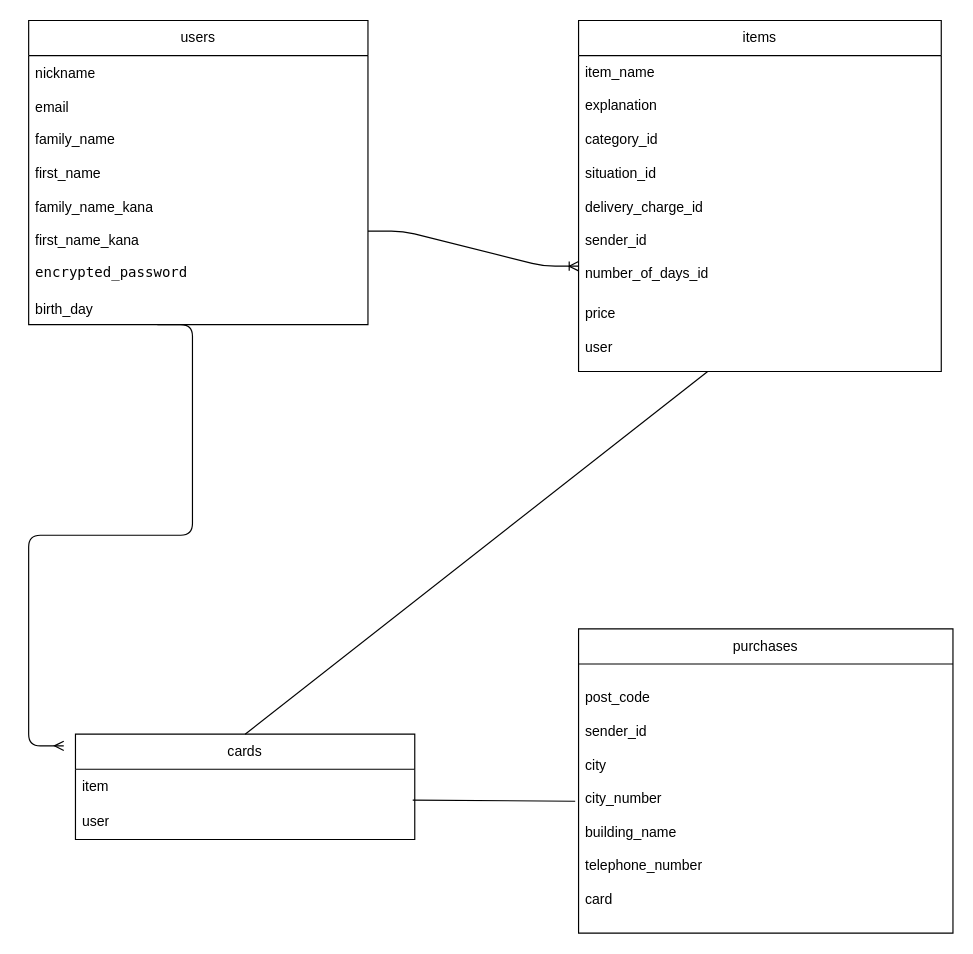
Before: .dio in yuta10200831/furima-38941, a draw.io diagram. Source tidied: cells renumbered, new cells numbered last; positions are measured from the earlier drawing's top-left corner, leaving out a move shared by most shapes. Both pictures are drawn from the tidied source at 117%, with x=0, y=0 at pixel (28, 20).
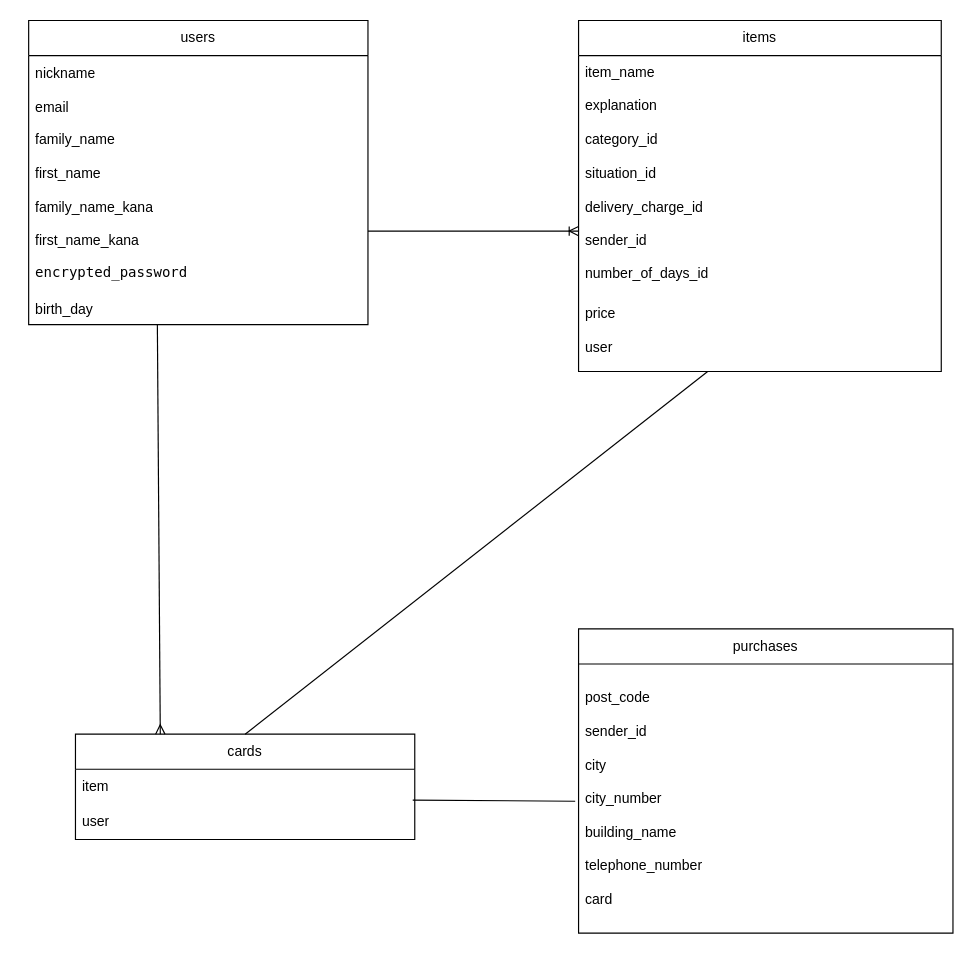
The same page after the edit.

The change refers to these unchanged cells:
```xml
<mxCell id="5" value="family_name&lt;br&gt;&lt;br&gt;first_name&lt;br&gt;&lt;br&gt;family_name_kana&lt;br&gt;&lt;br&gt;first_name_kana" style="text;strokeColor=none;fillColor=none;align=left;verticalAlign=middle;spacingLeft=4;spacingRight=4;overflow=hidden;points=[[0,0.5],[1,0.5]];portConstraint=eastwest;whiteSpace=wrap;html=1;" parent="3" vertex="1">
  <mxGeometry y="90" width="290" height="110" as="geometry" />
</mxCell>
<mxCell id="9" value="explanation&lt;br&gt;&lt;br&gt;category_id&lt;br&gt;&lt;br&gt;situation_id&lt;br&gt;&lt;br&gt;delivery_charge_id&lt;br&gt;&lt;br&gt;sender_id&lt;br&gt;&lt;br&gt;number_of_days_id" style="text;strokeColor=none;fillColor=none;align=left;verticalAlign=middle;spacingLeft=4;spacingRight=4;overflow=hidden;points=[[0,0.5],[1,0.5]];portConstraint=eastwest;whiteSpace=wrap;html=1;" parent="7" vertex="1">
  <mxGeometry y="60" width="310" height="170" as="geometry" />
</mxCell>
<mxCell id="13" value="cards" style="swimlane;fontStyle=0;horizontal=1;startSize=30;whiteSpace=wrap;html=1;" parent="1" vertex="1">
  <mxGeometry x="40" y="610" width="290" height="90" as="geometry" />
</mxCell>
```

The edit, as a diff of the source:
```diff
@@
-    <mxCell id="2" style="edgeStyle=entityRelationEdgeStyle;fontSize=12;html=1;endArrow=ERoneToMany;exitX=1;exitY=0.818;exitDx=0;exitDy=0;exitPerimeter=0;" parent="1" edge="1" source="5">
-      <mxGeometry relative="1" as="geometry">
-        <mxPoint x="470" y="210" as="targetPoint" />
-      </mxGeometry>
+    <mxCell id="2" style="fontSize=12;html=1;endArrow=ERoneToMany;exitX=1;exitY=0.818;exitDx=0;exitDy=0;exitPerimeter=0;entryX=0;entryY=0.706;entryDx=0;entryDy=0;entryPerimeter=0;" parent="1" edge="1" source="5" target="9">
+      <mxGeometry relative="1" as="geometry" />
     </mxCell>
@@
-    <mxCell id="18" style="edgeStyle=entityRelationEdgeStyle;fontSize=12;html=1;endArrow=ERmany;fontColor=#000000;" parent="1" edge="1">
+    <mxCell id="18" style="fontSize=12;html=1;endArrow=ERmany;fontColor=#000000;entryX=0.25;entryY=0;entryDx=0;entryDy=0;" parent="1" edge="1" target="13">
       <mxGeometry relative="1" as="geometry">
         <mxPoint x="110" y="260" as="sourcePoint" />
-        <mxPoint x="30" y="620" as="targetPoint" />
       </mxGeometry>
     </mxCell>
```
